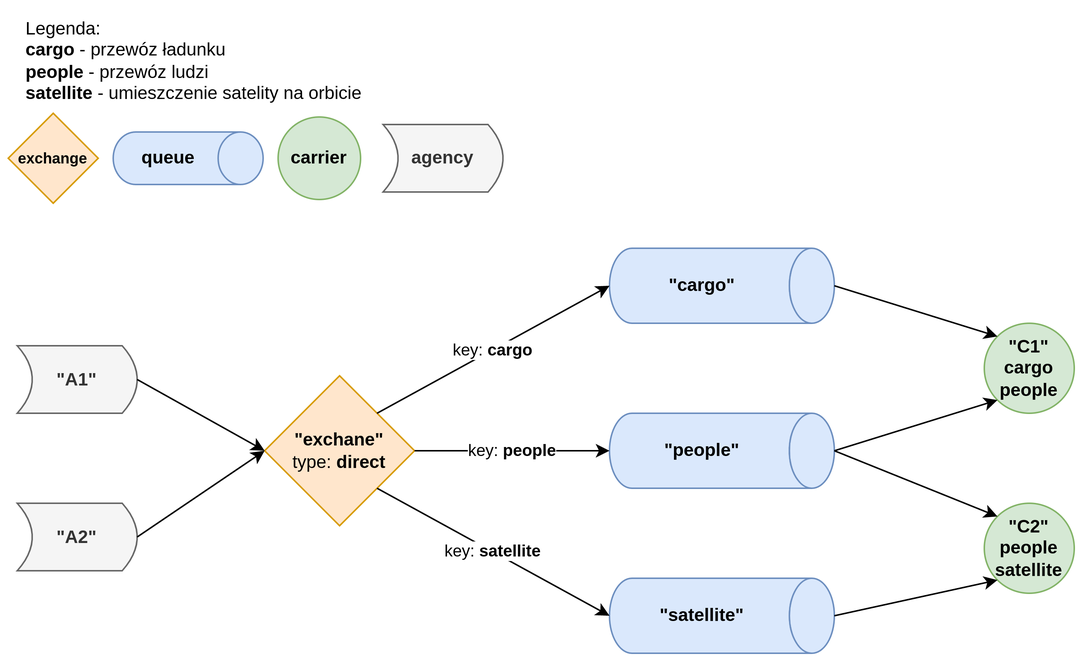
The draw.io diagram lab6zd/diagram.png in mfurga-cs/systemy-rozproszone, before a commit. Source tidied: cells renumbered, new cells last; positions are measured from the earlier drawing's top-left corner, leaving out a move shared by most shapes.
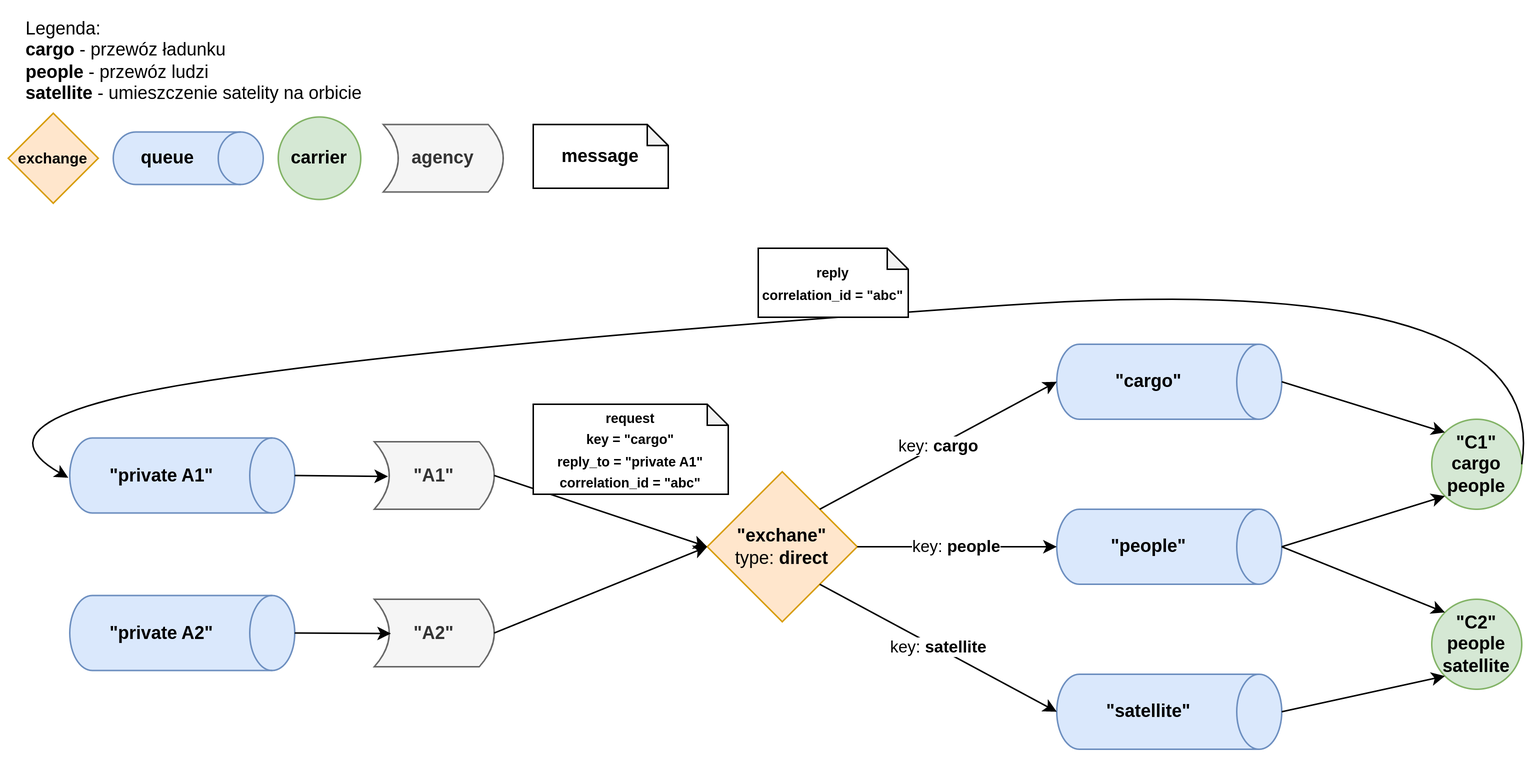
After the change.

What changed in the source:
```diff
@@ -6,10 +6,10 @@
       <mxGeometry relative="1" as="geometry" />
     </mxCell>
     <mxCell id="3" value="&lt;b&gt;&quot;exchane&quot;&lt;/b&gt;&lt;br&gt;type: &lt;b style=&quot;&quot;&gt;direct&lt;/b&gt;" style="rhombus;whiteSpace=wrap;html=1;fillColor=#ffe6cc;strokeColor=#d79b00;" parent="1" vertex="1">
-      <mxGeometry x="171" y="245" width="100" height="100" as="geometry" />
+      <mxGeometry x="466" y="309" width="100" height="100" as="geometry" />
     </mxCell>
     <mxCell id="4" value="&lt;b&gt;&quot;cargo&quot;&lt;/b&gt;" style="shape=cylinder3;whiteSpace=wrap;html=1;boundedLbl=1;backgroundOutline=1;size=15;direction=south;fillColor=#dae8fc;strokeColor=#6c8ebf;" parent="1" vertex="1">
-      <mxGeometry x="401" y="160" width="150" height="50" as="geometry" />
+      <mxGeometry x="699" y="224" width="150" height="50" as="geometry" />
     </mxCell>
     <mxCell id="5" value="Legenda:&lt;br&gt;&lt;b&gt;cargo&lt;/b&gt; -&amp;nbsp;przewóz ładunku&lt;br&gt;&lt;b&gt;people&lt;/b&gt; - przewóz ludzi&lt;br&gt;&lt;b&gt;satellite&lt;/b&gt; -&amp;nbsp;umieszczenie satelity na orbicie&lt;br&gt;&amp;nbsp;" style="text;whiteSpace=wrap;html=1;" parent="1" vertex="1">
       <mxGeometry x="10" width="260" height="110" as="geometry" />
@@ -21,10 +21,10 @@
       <mxGeometry x="70" y="82.5" width="100" height="35" as="geometry" />
     </mxCell>
     <mxCell id="8" value="&lt;b&gt;&quot;people&quot;&lt;/b&gt;" style="shape=cylinder3;whiteSpace=wrap;html=1;boundedLbl=1;backgroundOutline=1;size=15;direction=south;fillColor=#dae8fc;strokeColor=#6c8ebf;" parent="1" vertex="1">
-      <mxGeometry x="401" y="270" width="150" height="50" as="geometry" />
+      <mxGeometry x="699" y="334" width="150" height="50" as="geometry" />
     </mxCell>
     <mxCell id="9" value="&lt;b&gt;&quot;satellite&quot;&lt;/b&gt;" style="shape=cylinder3;whiteSpace=wrap;html=1;boundedLbl=1;backgroundOutline=1;size=15;direction=south;fillColor=#dae8fc;strokeColor=#6c8ebf;" parent="1" vertex="1">
-      <mxGeometry x="401" y="380" width="150" height="50" as="geometry" />
+      <mxGeometry x="699" y="444" width="150" height="50" as="geometry" />
     </mxCell>
     <mxCell id="10" value="key:&lt;b&gt; cargo&lt;/b&gt;" style="endArrow=classic;html=1;rounded=0;exitX=1;exitY=0;exitDx=0;exitDy=0;entryX=0.5;entryY=1;entryDx=0;entryDy=0;entryPerimeter=0;" parent="1" edge="1" source="3" target="4">
       <mxGeometry relative="1" as="geometry" />
@@ -36,13 +36,13 @@
       <mxGeometry relative="1" as="geometry" />
     </mxCell>
     <mxCell id="13" value="&lt;b&gt;&quot;C1&quot;&lt;/b&gt;&lt;br&gt;&lt;b&gt;cargo&lt;/b&gt;&lt;br&gt;&lt;b&gt;people&lt;/b&gt;" style="ellipse;whiteSpace=wrap;html=1;fillColor=#d5e8d4;strokeColor=#82b366;" parent="1" vertex="1">
-      <mxGeometry x="651" y="210" width="60" height="60" as="geometry" />
+      <mxGeometry x="949" y="274" width="60" height="60" as="geometry" />
     </mxCell>
     <mxCell id="14" value="&lt;b&gt;carrier&lt;/b&gt;" style="ellipse;whiteSpace=wrap;html=1;fillColor=#d5e8d4;strokeColor=#82b366;" parent="1" vertex="1">
       <mxGeometry x="180" y="72.5" width="55" height="55" as="geometry" />
     </mxCell>
     <mxCell id="15" value="&lt;b&gt;&quot;C2&quot;&lt;/b&gt;&lt;br&gt;&lt;b&gt;people&lt;br&gt;satellite&lt;br&gt;&lt;/b&gt;" style="ellipse;whiteSpace=wrap;html=1;fillColor=#d5e8d4;strokeColor=#82b366;" parent="1" vertex="1">
-      <mxGeometry x="651" y="330" width="60" height="60" as="geometry" />
+      <mxGeometry x="949" y="394" width="60" height="60" as="geometry" />
     </mxCell>
     <mxCell id="16" style="endArrow=classic;html=1;rounded=0;exitX=0.5;exitY=0;exitDx=0;exitDy=0;exitPerimeter=0;entryX=0;entryY=0;entryDx=0;entryDy=0;" parent="1" edge="1" source="4" target="13">
       <mxGeometry relative="1" as="geometry" />
@@ -57,7 +57,7 @@
       <mxGeometry relative="1" as="geometry" />
     </mxCell>
     <mxCell id="20" value="&lt;b&gt;&quot;A1&quot;&lt;/b&gt;" style="shape=dataStorage;whiteSpace=wrap;html=1;fixedSize=1;direction=west;fillColor=#f5f5f5;fontColor=#333333;strokeColor=#666666;size=10;" parent="1" vertex="1">
-      <mxGeometry x="6" y="225" width="80" height="45" as="geometry" />
+      <mxGeometry x="244" y="289" width="80" height="45" as="geometry" />
     </mxCell>
     <mxCell id="21" value="&lt;b&gt;agency&lt;/b&gt;" style="shape=dataStorage;whiteSpace=wrap;html=1;fixedSize=1;direction=west;fillColor=#f5f5f5;fontColor=#333333;strokeColor=#666666;size=10;" parent="1" vertex="1">
       <mxGeometry x="250" y="77.5" width="80" height="45" as="geometry" />
@@ -66,10 +66,41 @@
       <mxGeometry relative="1" as="geometry" />
     </mxCell>
     <mxCell id="23" value="&lt;b&gt;&quot;A2&quot;&lt;/b&gt;" style="shape=dataStorage;whiteSpace=wrap;html=1;fixedSize=1;direction=west;fillColor=#f5f5f5;fontColor=#333333;strokeColor=#666666;size=10;" parent="1" vertex="1">
-      <mxGeometry x="6" y="330" width="80" height="45" as="geometry" />
+      <mxGeometry x="244" y="394" width="80" height="45" as="geometry" />
     </mxCell>
     <mxCell id="24" style="endArrow=classic;html=1;rounded=0;exitX=0;exitY=0.5;exitDx=0;exitDy=0;entryX=0;entryY=0.5;entryDx=0;entryDy=0;" parent="1" edge="1" source="23" target="3">
       <mxGeometry relative="1" as="geometry" />
     </mxCell>
+    <mxCell id="25" value="&lt;b&gt;&quot;private A1&quot;&lt;/b&gt;" style="shape=cylinder3;whiteSpace=wrap;html=1;boundedLbl=1;backgroundOutline=1;size=15;direction=south;fillColor=#dae8fc;strokeColor=#6c8ebf;" parent="1" vertex="1">
+      <mxGeometry x="41" y="286.5" width="150" height="50" as="geometry" />
+    </mxCell>
+    <mxCell id="26" value="&lt;b&gt;&quot;private A2&quot;&lt;/b&gt;" style="shape=cylinder3;whiteSpace=wrap;html=1;boundedLbl=1;backgroundOutline=1;size=15;direction=south;fillColor=#dae8fc;strokeColor=#6c8ebf;" parent="1" vertex="1">
+      <mxGeometry x="41" y="391.5" width="150" height="50" as="geometry" />
+    </mxCell>
+    <mxCell id="27" style="endArrow=classic;html=1;rounded=0;exitX=0.5;exitY=0;exitDx=0;exitDy=0;exitPerimeter=0;entryX=0.885;entryY=0.486;entryDx=0;entryDy=0;entryPerimeter=0;" parent="1" edge="1" source="25" target="20">
+      <mxGeometry relative="1" as="geometry" />
+    </mxCell>
+    <mxCell id="28" style="endArrow=classic;html=1;rounded=0;exitX=0.5;exitY=0;exitDx=0;exitDy=0;exitPerimeter=0;entryX=0.861;entryY=0.492;entryDx=0;entryDy=0;entryPerimeter=0;" parent="1" edge="1" source="26" target="23">
+      <mxGeometry relative="1" as="geometry" />
+    </mxCell>
+    <mxCell id="29" style="curved=1;endArrow=classic;html=1;rounded=0;exitX=1;exitY=0.5;exitDx=0;exitDy=0;" parent="1" edge="1" source="13">
+      <mxGeometry relative="1" as="geometry">
+        <mxPoint x="40" y="313" as="targetPoint" />
+        <Array as="points">
+          <mxPoint x="1030" y="173" />
+          <mxPoint x="300" y="223" />
+          <mxPoint x="-30" y="273" />
+        </Array>
+      </mxGeometry>
+    </mxCell>
+    <mxCell id="30" value="&lt;b style=&quot;font-size: 9px;&quot;&gt;request&lt;br&gt;key = &quot;cargo&quot;&lt;br&gt;reply_to = &quot;private A1&quot;&lt;br&gt;correlation_id = &quot;abc&quot;&lt;br&gt;&lt;/b&gt;" style="shape=note;whiteSpace=wrap;html=1;backgroundOutline=1;darkOpacity=0.05;size=14;" parent="1" vertex="1">
+      <mxGeometry x="350" y="264" width="130" height="60" as="geometry" />
+    </mxCell>
+    <mxCell id="31" value="&lt;b&gt;message&lt;/b&gt;" style="shape=note;whiteSpace=wrap;html=1;backgroundOutline=1;darkOpacity=0.05;size=14;" parent="1" vertex="1">
+      <mxGeometry x="350" y="77.5" width="90" height="42.5" as="geometry" />
+    </mxCell>
+    <mxCell id="32" value="&lt;b style=&quot;font-size: 9px;&quot;&gt;reply&lt;br&gt;correlation_id = &quot;abc&quot;&lt;br&gt;&lt;/b&gt;" style="shape=note;whiteSpace=wrap;html=1;backgroundOutline=1;darkOpacity=0.05;size=14;" parent="1" vertex="1">
+      <mxGeometry x="500" y="160" width="100" height="46" as="geometry" />
+    </mxCell>
   </root>
 </mxGraphModel>
```
